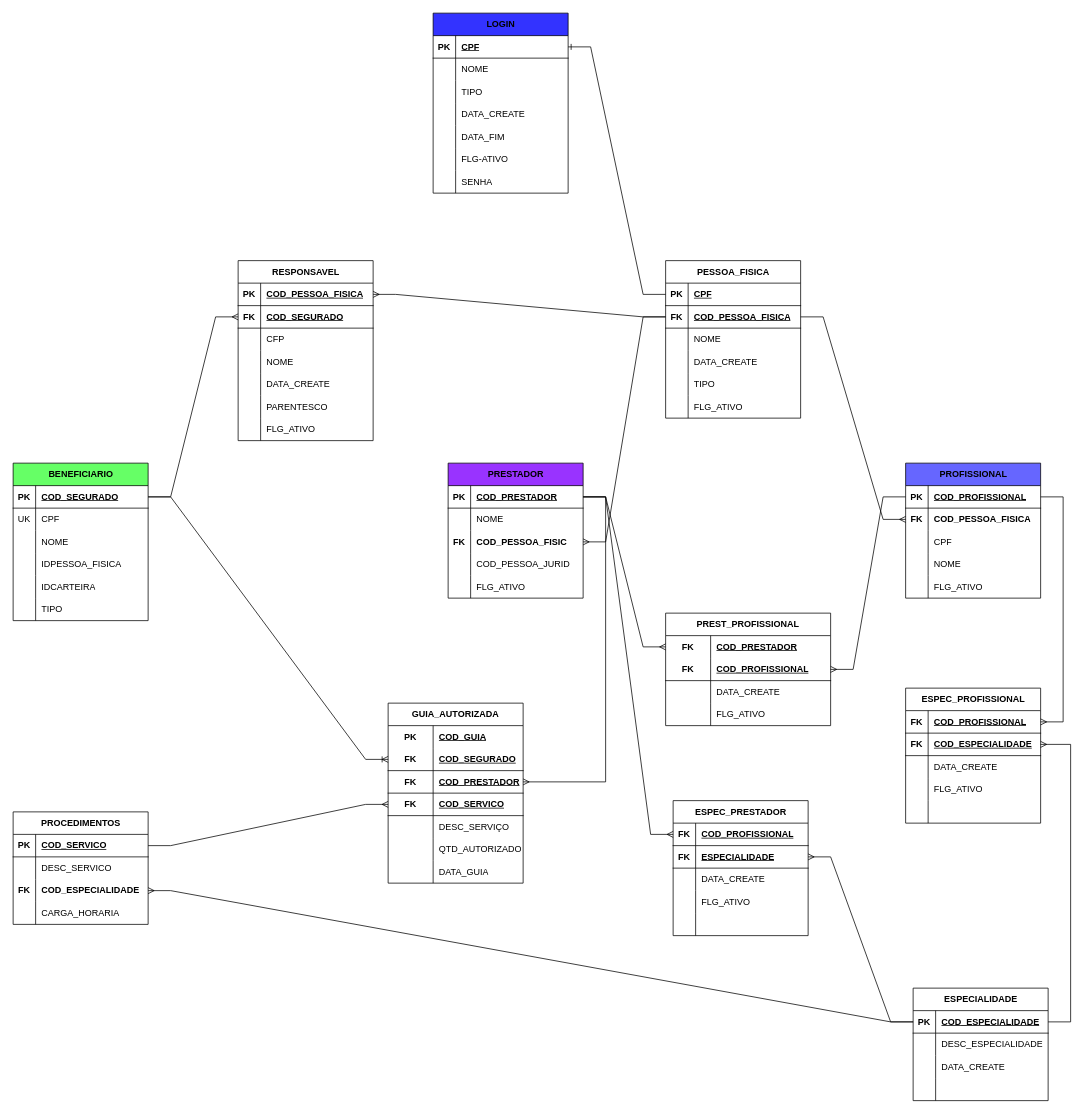
hugocesar975/Todos keeps this draw.io diagram as APP-TEA02.drawio. Above is the earlier version. Source tidied: cells renumbered, new cells numbered last; positions are measured from the earlier drawing's top-left corner, leaving out a move shared by most shapes. Both pictures are drawn from the tidied source at 75%, with x=0, y=0 at pixel (13, 13).
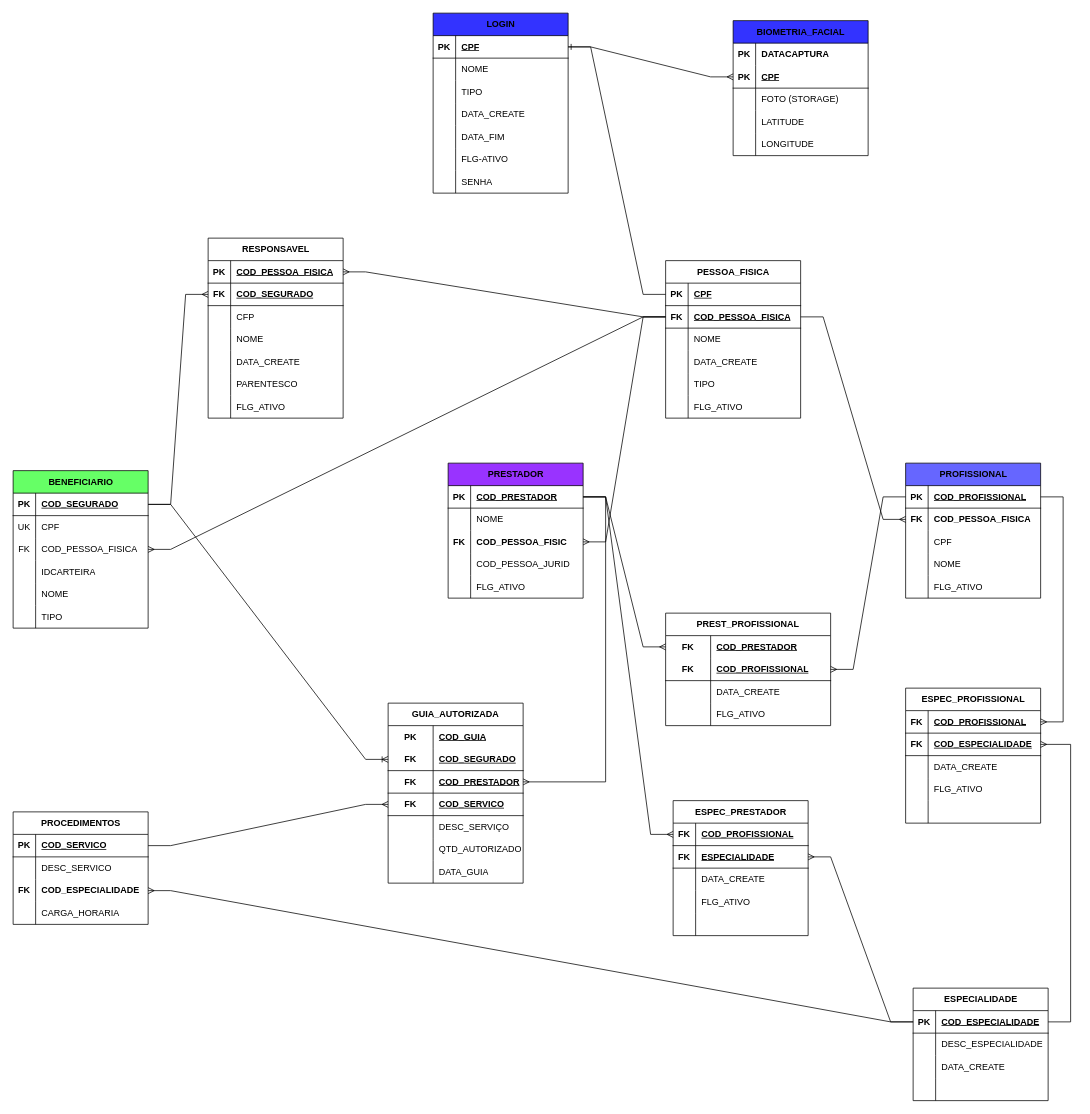
After the change.

The change refers to these unchanged cells:
```xml
<mxCell id="183" style="shape=tableRow;horizontal=0;startSize=0;swimlaneHead=0;swimlaneBody=0;fillColor=none;points=[[0,0.5],[1,0.5]];portConstraint=eastwest;top=0;left=0;right=0;bottom=1;" parent="179" vertex="1">
  <mxGeometry y="60" width="180" height="30" as="geometry" />
</mxCell>
<mxCell id="199" style="shape=tableRow;horizontal=0;startSize=0;swimlaneHead=0;swimlaneBody=0;fillColor=none;points=[[0,0.5],[1,0.5]];portConstraint=eastwest;top=0;left=0;right=0;bottom=1;" parent="198" vertex="1">
  <mxGeometry y="30" width="180" height="30" as="geometry" />
</mxCell>
```

Change to the diagram source:
```diff
@@
     <mxCell id="3" value="BENEFICIARIO" style="shape=table;startSize=30;childLayout=tableLayout;rowLines=0;fontStyle=1;align=center;html=1;fillColor=#66FF66;" parent="1" vertex="1">
-      <mxGeometry y="600" width="180" height="210" as="geometry" />
+      <mxGeometry y="610" width="180" height="210" as="geometry" />
     </mxCell>
@@
-    <mxCell id="10" style="shape=tableRow;horizontal=0;startSize=0;swimlaneHead=0;swimlaneBody=0;fillColor=none;top=0;left=0;right=0;bottom=0;" parent="3" vertex="1">
-      <mxGeometry y="90" width="180" height="30" as="geometry" />
-    </mxCell>
-    <mxCell id="11" style="shape=partialRectangle;fillColor=none;top=0;left=0;bottom=0;right=0;overflow=hidden;whiteSpace=wrap;html=1;" parent="10" vertex="1">
-      <mxGeometry width="30" height="30" as="geometry" />
-    </mxCell>
-    <mxCell id="12" value="NOME" style="shape=partialRectangle;fillColor=none;top=0;left=0;bottom=0;right=0;align=left;spacingLeft=6;overflow=hidden;whiteSpace=wrap;html=1;" parent="10" vertex="1">
-      <mxGeometry x="30" width="150" height="30" as="geometry" />
-    </mxCell>
     <mxCell id="13" style="shape=tableRow;horizontal=0;startSize=0;swimlaneHead=0;swimlaneBody=0;fillColor=none;points=[[0,0.5],[1,0.5]];portConstraint=eastwest;top=0;left=0;right=0;bottom=0;" parent="3" vertex="1">
-      <mxGeometry y="120" width="180" height="30" as="geometry" />
+      <mxGeometry y="90" width="180" height="30" as="geometry" />
     </mxCell>
-    <mxCell id="14" style="shape=partialRectangle;fillColor=none;top=0;left=0;bottom=0;right=0;overflow=hidden;whiteSpace=wrap;html=1;" parent="13" vertex="1">
+    <mxCell id="14" value="FK" style="shape=partialRectangle;fillColor=none;top=0;left=0;bottom=0;right=0;overflow=hidden;whiteSpace=wrap;html=1;" parent="13" vertex="1">
       <mxGeometry width="30" height="30" as="geometry" />
     </mxCell>
-    <mxCell id="15" value="IDPESSOA_FISICA" style="shape=partialRectangle;fillColor=none;top=0;left=0;bottom=0;right=0;align=left;spacingLeft=6;overflow=hidden;whiteSpace=wrap;html=1;" parent="13" vertex="1">
+    <mxCell id="15" value="COD_PESSOA_FISICA" style="shape=partialRectangle;fillColor=none;top=0;left=0;bottom=0;right=0;align=left;spacingLeft=6;overflow=hidden;whiteSpace=wrap;html=1;" parent="13" vertex="1">
       <mxGeometry x="30" width="150" height="30" as="geometry" />
     </mxCell>
     <mxCell id="16" style="shape=tableRow;horizontal=0;startSize=0;swimlaneHead=0;swimlaneBody=0;fillColor=none;top=0;left=0;right=0;bottom=0;" parent="3" vertex="1">
-      <mxGeometry y="150" width="180" height="30" as="geometry" />
+      <mxGeometry y="120" width="180" height="30" as="geometry" />
     </mxCell>
@@
+    <mxCell id="10" style="shape=tableRow;horizontal=0;startSize=0;swimlaneHead=0;swimlaneBody=0;fillColor=none;top=0;left=0;right=0;bottom=0;" parent="3" vertex="1">
+      <mxGeometry y="150" width="180" height="30" as="geometry" />
+    </mxCell>
+    <mxCell id="11" style="shape=partialRectangle;fillColor=none;top=0;left=0;bottom=0;right=0;overflow=hidden;whiteSpace=wrap;html=1;" parent="10" vertex="1">
+      <mxGeometry width="30" height="30" as="geometry" />
+    </mxCell>
+    <mxCell id="12" value="NOME" style="shape=partialRectangle;fillColor=none;top=0;left=0;bottom=0;right=0;align=left;spacingLeft=6;overflow=hidden;whiteSpace=wrap;html=1;" parent="10" vertex="1">
+      <mxGeometry x="30" width="150" height="30" as="geometry" />
+    </mxCell>
@@
     <mxCell id="156" value="RESPONSAVEL" style="shape=table;startSize=30;childLayout=tableLayout;rowLines=0;fontStyle=1;align=center;html=1;" parent="1" vertex="1">
-      <mxGeometry x="300" y="330" width="180" height="240" as="geometry" />
+      <mxGeometry x="260" y="300" width="180" height="240" as="geometry" />
     </mxCell>
@@
+    <mxCell id="224" style="edgeStyle=entityRelationEdgeStyle;fontSize=12;html=1;endArrow=ERmany;rounded=0;" parent="1" edge="1" source="183" target="13">
+      <mxGeometry relative="1" as="geometry" />
+    </mxCell>
+    <mxCell id="225" value="BIOMETRIA_FACIAL" style="shape=table;startSize=30;childLayout=tableLayout;rowLines=0;fontStyle=1;align=center;html=1;fillColor=#3333FF;" parent="1" vertex="1">
+      <mxGeometry x="960" y="10" width="180" height="180" as="geometry" />
+    </mxCell>
+    <mxCell id="226" style="shape=tableRow;horizontal=0;startSize=0;swimlaneHead=0;swimlaneBody=0;fillColor=none;top=0;left=0;right=0;bottom=0;" parent="225" vertex="1">
+      <mxGeometry y="30" width="180" height="30" as="geometry" />
+    </mxCell>
+    <mxCell id="227" value="&lt;b&gt;PK&lt;/b&gt;" style="shape=partialRectangle;fillColor=none;top=0;left=0;bottom=0;right=0;overflow=hidden;whiteSpace=wrap;html=1;" parent="226" vertex="1">
+      <mxGeometry width="30" height="30" as="geometry" />
+    </mxCell>
+    <mxCell id="228" value="&lt;b&gt;DATACAPTURA&lt;/b&gt;" style="shape=partialRectangle;fillColor=none;top=0;left=0;bottom=0;right=0;align=left;spacingLeft=6;overflow=hidden;whiteSpace=wrap;html=1;" parent="226" vertex="1">
+      <mxGeometry x="30" width="150" height="30" as="geometry" />
+    </mxCell>
+    <mxCell id="229" style="shape=tableRow;horizontal=0;startSize=0;swimlaneHead=0;swimlaneBody=0;fillColor=none;points=[[0,0.5],[1,0.5]];portConstraint=eastwest;top=0;left=0;right=0;bottom=1;" parent="225" vertex="1">
+      <mxGeometry y="60" width="180" height="30" as="geometry" />
+    </mxCell>
+    <mxCell id="230" value="PK" style="shape=partialRectangle;fillColor=none;top=0;left=0;bottom=0;right=0;fontStyle=1;overflow=hidden;whiteSpace=wrap;html=1;" parent="229" vertex="1">
+      <mxGeometry width="30" height="30" as="geometry" />
+    </mxCell>
+    <mxCell id="231" value="CPF" style="shape=partialRectangle;fillColor=none;top=0;left=0;bottom=0;right=0;align=left;spacingLeft=6;fontStyle=5;overflow=hidden;whiteSpace=wrap;html=1;" parent="229" vertex="1">
+      <mxGeometry x="30" width="150" height="30" as="geometry" />
+    </mxCell>
+    <mxCell id="232" style="shape=tableRow;horizontal=0;startSize=0;swimlaneHead=0;swimlaneBody=0;fillColor=none;top=0;left=0;right=0;bottom=0;" parent="225" vertex="1">
+      <mxGeometry y="90" width="180" height="30" as="geometry" />
+    </mxCell>
+    <mxCell id="233" style="shape=partialRectangle;fillColor=none;top=0;left=0;bottom=0;right=0;overflow=hidden;whiteSpace=wrap;html=1;" parent="232" vertex="1">
+      <mxGeometry width="30" height="30" as="geometry" />
+    </mxCell>
+    <mxCell id="234" value="FOTO (STORAGE)" style="shape=partialRectangle;fillColor=none;top=0;left=0;bottom=0;right=0;align=left;spacingLeft=6;overflow=hidden;whiteSpace=wrap;html=1;" parent="232" vertex="1">
+      <mxGeometry x="30" width="150" height="30" as="geometry" />
+    </mxCell>
+    <mxCell id="235" style="shape=tableRow;horizontal=0;startSize=0;swimlaneHead=0;swimlaneBody=0;fillColor=none;top=0;left=0;right=0;bottom=0;" parent="225" vertex="1">
+      <mxGeometry y="120" width="180" height="30" as="geometry" />
+    </mxCell>
+    <mxCell id="236" style="shape=partialRectangle;fillColor=none;top=0;left=0;bottom=0;right=0;overflow=hidden;whiteSpace=wrap;html=1;" parent="235" vertex="1">
+      <mxGeometry width="30" height="30" as="geometry" />
+    </mxCell>
+    <mxCell id="237" value="LATITUDE" style="shape=partialRectangle;fillColor=none;top=0;left=0;bottom=0;right=0;align=left;spacingLeft=6;overflow=hidden;whiteSpace=wrap;html=1;" parent="235" vertex="1">
+      <mxGeometry x="30" width="150" height="30" as="geometry" />
+    </mxCell>
+    <mxCell id="238" style="shape=tableRow;horizontal=0;startSize=0;swimlaneHead=0;swimlaneBody=0;fillColor=none;top=0;left=0;right=0;bottom=0;" parent="225" vertex="1">
+      <mxGeometry y="150" width="180" height="30" as="geometry" />
+    </mxCell>
+    <mxCell id="239" style="shape=partialRectangle;fillColor=none;top=0;left=0;bottom=0;right=0;overflow=hidden;whiteSpace=wrap;html=1;" parent="238" vertex="1">
+      <mxGeometry width="30" height="30" as="geometry" />
+    </mxCell>
+    <mxCell id="240" value="LONGITUDE" style="shape=partialRectangle;fillColor=none;top=0;left=0;bottom=0;right=0;align=left;spacingLeft=6;overflow=hidden;whiteSpace=wrap;html=1;" parent="238" vertex="1">
+      <mxGeometry x="30" width="150" height="30" as="geometry" />
+    </mxCell>
+    <mxCell id="241" style="edgeStyle=entityRelationEdgeStyle;fontSize=12;html=1;endArrow=ERmany;rounded=0;exitX=1;exitY=0.5;exitDx=0;exitDy=0;" parent="1" edge="1" source="199" target="229">
+      <mxGeometry relative="1" as="geometry" />
+    </mxCell>
```
